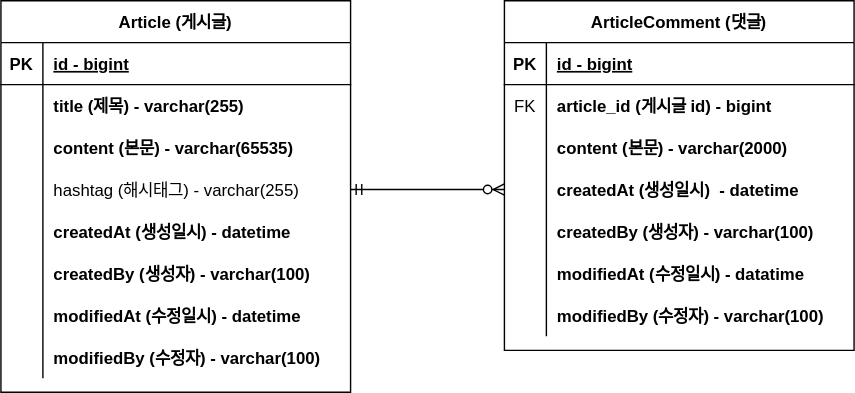
Earlier version of the draw.io export document/project-board-erd.svg (rollo231/fastcampus-project-board). Source tidied: cells renumbered, new cells last; positions are measured from the earlier drawing's top-left corner, leaving out a move shared by most shapes.
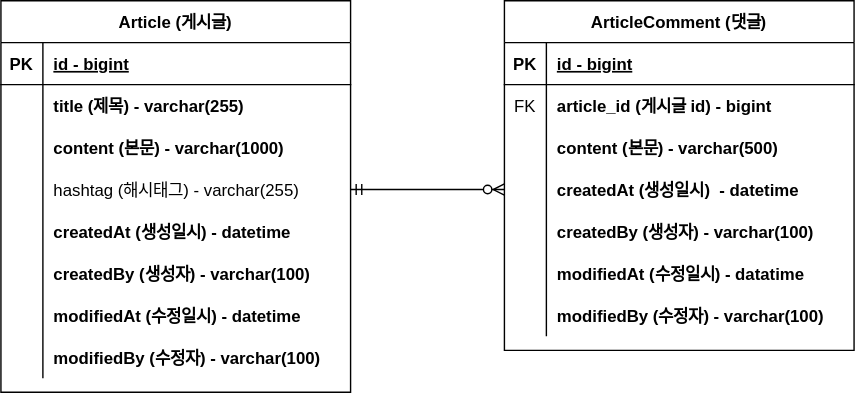
Above is the later version.

Commit message:
#10 - erd 업데이트 : content 사지으 변경

Change to the diagram source:
```diff
@@ -29,7 +29,7 @@
     <mxCell id="10" style="shape=partialRectangle;overflow=hidden;fillColor=none;top=0;left=0;bottom=0;right=0;fontStyle=1;" parent="9" vertex="1">
       <mxGeometry width="30" height="30" as="geometry" />
     </mxCell>
-    <mxCell id="11" value="content (본문) - varchar(65535)" style="shape=partialRectangle;overflow=hidden;fillColor=none;top=0;left=0;bottom=0;right=0;align=left;spacingLeft=6;fontStyle=1;" parent="9" vertex="1">
+    <mxCell id="11" value="content (본문) - varchar(1000)" style="shape=partialRectangle;overflow=hidden;fillColor=none;top=0;left=0;bottom=0;right=0;align=left;spacingLeft=6;fontStyle=1;" parent="9" vertex="1">
       <mxGeometry x="30" width="220" height="30" as="geometry" />
     </mxCell>
     <mxCell id="12" style="shape=partialRectangle;fillColor=none;points=[[0,0.5],[1,0.5]];portConstraint=eastwest;top=0;left=0;right=0;bottom=0;fontStyle=1;" parent="2" vertex="1">
@@ -104,7 +104,7 @@
     <mxCell id="35" style="shape=partialRectangle;overflow=hidden;fillColor=none;top=0;left=0;bottom=0;right=0;" parent="34" vertex="1">
       <mxGeometry width="30" height="30" as="geometry" />
     </mxCell>
-    <mxCell id="36" value="content (본문) - varchar(2000)" style="shape=partialRectangle;overflow=hidden;fillColor=none;top=0;left=0;bottom=0;right=0;align=left;spacingLeft=6;fontStyle=1;" parent="34" vertex="1">
+    <mxCell id="36" value="content (본문) - varchar(500)" style="shape=partialRectangle;overflow=hidden;fillColor=none;top=0;left=0;bottom=0;right=0;align=left;spacingLeft=6;fontStyle=1;" parent="34" vertex="1">
       <mxGeometry x="30" width="220" height="30" as="geometry" />
     </mxCell>
     <mxCell id="37" style="shape=partialRectangle;fillColor=none;points=[[0,0.5],[1,0.5]];portConstraint=eastwest;top=0;left=0;right=0;bottom=0;" parent="27" vertex="1">
```
